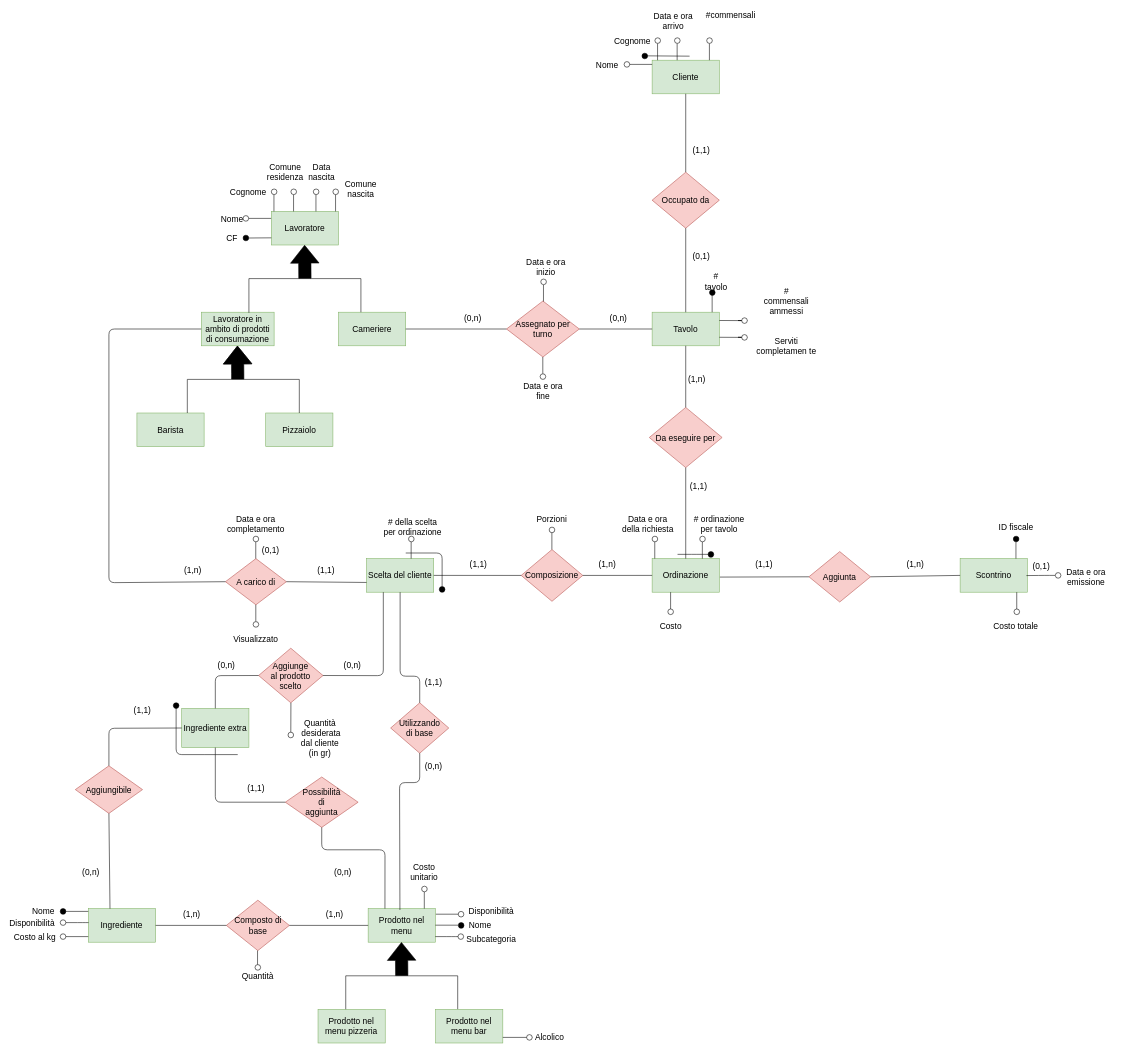
StefanoBelli/pizzeria keeps this draw.io diagram as ERD/ERD_EditableDiagram.drawio. Above is the earlier version. Source tidied: cells renumbered, new cells numbered last; positions are measured from the earlier drawing's top-left corner, leaving out a move shared by most shapes. Both pictures are drawn from the tidied source at 56%, with x=0, y=0 at pixel (10, 10).
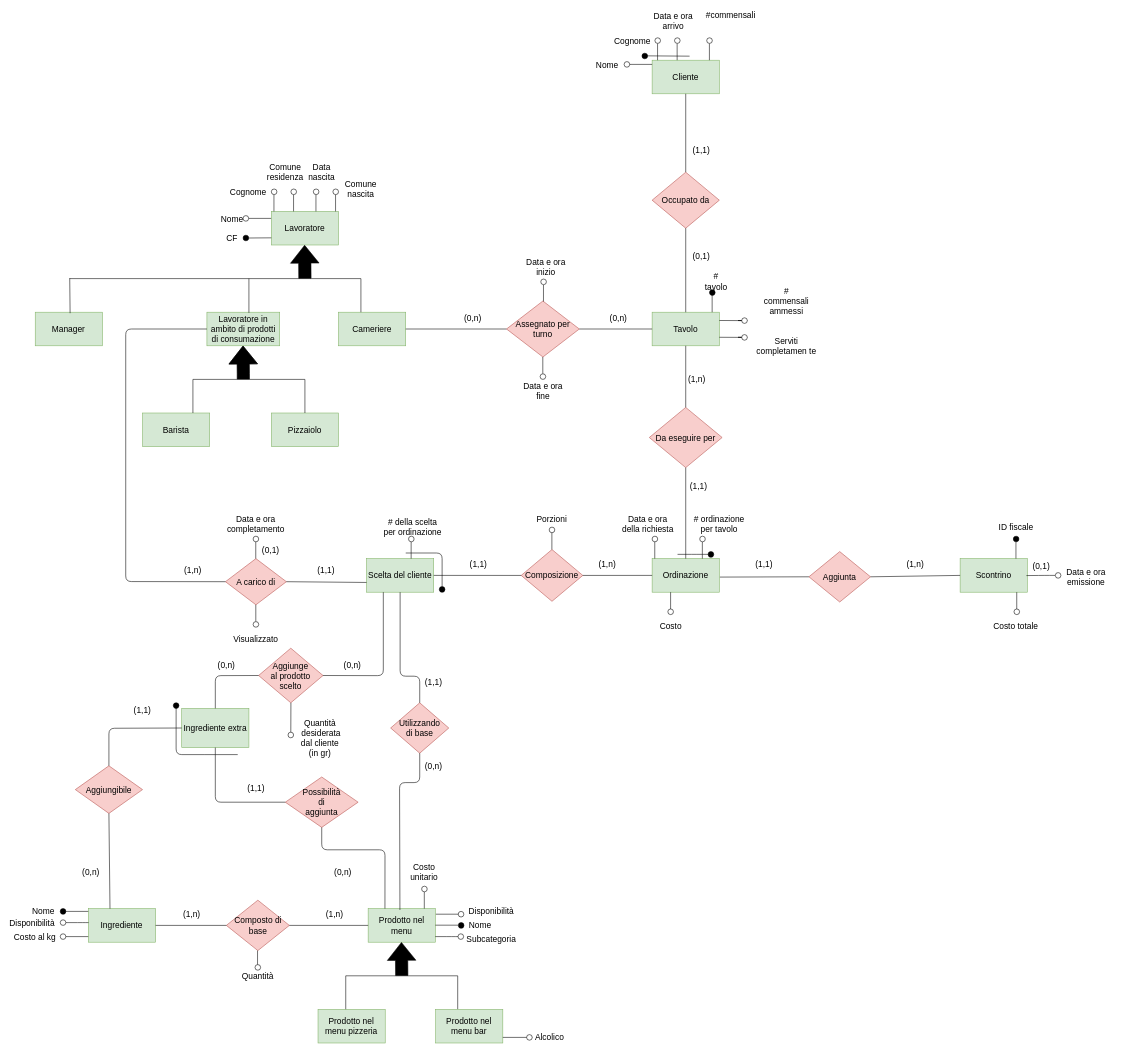
The same page after the edit.

Unchanged cells that the change refers to:
```xml
<mxCell id="30" value="A carico di" style="rhombus;whiteSpace=wrap;html=1;fontSize=15;fillColor=#f8cecc;strokeColor=#b85450;" parent="1" vertex="1">
  <mxGeometry x="385.1" y="980" width="108.8" height="82.5" as="geometry" />
</mxCell>
```

The edit, as a diff of the source:
```diff
@@
     <mxCell id="8" value="Lavoratore in ambito di prodotti di consumazione" style="rounded=0;whiteSpace=wrap;html=1;fontSize=15;fillColor=#d5e8d4;strokeColor=#82b366;" parent="1" vertex="1">
-      <mxGeometry x="342" y="540" width="130" height="60" as="geometry" />
+      <mxGeometry x="352" y="540" width="130" height="60" as="geometry" />
     </mxCell>
     <mxCell id="9" value="Barista" style="rounded=0;whiteSpace=wrap;html=1;fontSize=15;fillColor=#d5e8d4;strokeColor=#82b366;" parent="1" vertex="1">
-      <mxGeometry x="227" y="720" width="120" height="60" as="geometry" />
+      <mxGeometry x="237" y="720" width="120" height="60" as="geometry" />
     </mxCell>
     <mxCell id="10" value="Pizzaiolo" style="rounded=0;whiteSpace=wrap;html=1;fontSize=15;fillColor=#d5e8d4;strokeColor=#82b366;" parent="1" vertex="1">
-      <mxGeometry x="457" y="720" width="120" height="60" as="geometry" />
+      <mxGeometry x="467" y="720" width="120" height="60" as="geometry" />
     </mxCell>
@@
     <mxCell id="16" style="shape=flexArrow;endArrow=classic;html=1;endWidth=28;endSize=10.3;width=22;fillColor=#000000;fontSize=15;" parent="1" edge="1">
       <mxGeometry relative="1" as="geometry">
-        <mxPoint x="407" y="660" as="sourcePoint" />
-        <mxPoint x="406.5" y="600" as="targetPoint" />
+        <mxPoint x="417" y="660" as="sourcePoint" />
+        <mxPoint x="416.5" y="600" as="targetPoint" />
         <Array as="points">
-          <mxPoint x="407" y="650" />
+          <mxPoint x="417" y="650" />
         </Array>
       </mxGeometry>
     </mxCell>
     <mxCell id="17" style="endArrow=none;html=1;fillColor=#000000;fontSize=15;" parent="1" edge="1">
       <mxGeometry relative="1" as="geometry">
-        <mxPoint x="427" y="480" as="sourcePoint" />
+        <mxPoint x="107" y="480" as="sourcePoint" />
         <mxPoint x="627" y="480" as="targetPoint" />
       </mxGeometry>
     </mxCell>
     <mxCell id="18" style="endArrow=none;html=1;fillColor=#000000;fontSize=15;" parent="1" edge="1">
       <mxGeometry relative="1" as="geometry">
-        <mxPoint x="317" y="660" as="sourcePoint" />
-        <mxPoint x="517" y="660" as="targetPoint" />
+        <mxPoint x="327" y="660" as="sourcePoint" />
+        <mxPoint x="527" y="660" as="targetPoint" />
       </mxGeometry>
     </mxCell>
@@
     <mxCell id="21" style="endArrow=none;html=1;fillColor=#000000;exitX=0.5;exitY=0;exitDx=0;exitDy=0;fontSize=15;" parent="1" edge="1" source="10">
       <mxGeometry relative="1" as="geometry">
-        <mxPoint x="517" y="660" as="targetPoint" />
+        <mxPoint x="527" y="660" as="targetPoint" />
       </mxGeometry>
     </mxCell>
     <mxCell id="22" style="endArrow=none;html=1;fillColor=#000000;exitX=0.75;exitY=0;exitDx=0;exitDy=0;fontSize=15;" parent="1" edge="1" source="9">
       <mxGeometry relative="1" as="geometry">
-        <mxPoint x="317" y="660" as="targetPoint" />
+        <mxPoint x="327" y="660" as="targetPoint" />
       </mxGeometry>
     </mxCell>
@@
     <mxCell id="31" style="endArrow=none;html=1;fillColor=#000000;entryX=0;entryY=0.5;entryDx=0;entryDy=0;exitX=0;exitY=0.5;exitDx=0;exitDy=0;" parent="1" edge="1" source="30" target="8">
       <mxGeometry relative="1" as="geometry">
         <Array as="points">
-          <mxPoint x="177" y="1023" />
-          <mxPoint x="177" y="570" />
+          <mxPoint x="207" y="1021" />
+          <mxPoint x="207" y="570" />
         </Array>
       </mxGeometry>
     </mxCell>
@@
+    <mxCell id="204" value="&lt;font style=&quot;font-size: 15px&quot;&gt;Manager&lt;/font&gt;" style="rounded=0;whiteSpace=wrap;html=1;fillColor=#d5e8d4;strokeColor=#82b366;" parent="1" vertex="1">
+      <mxGeometry x="45.4" y="540" width="120" height="60" as="geometry" />
+    </mxCell>
+    <mxCell id="205" style="endArrow=none;html=1;fillColor=#000000;fontSize=15;exitX=0.519;exitY=0.029;exitDx=0;exitDy=0;exitPerimeter=0;" parent="1" edge="1" source="204">
+      <mxGeometry relative="1" as="geometry">
+        <mxPoint x="107" y="479" as="targetPoint" />
+      </mxGeometry>
+    </mxCell>
```
